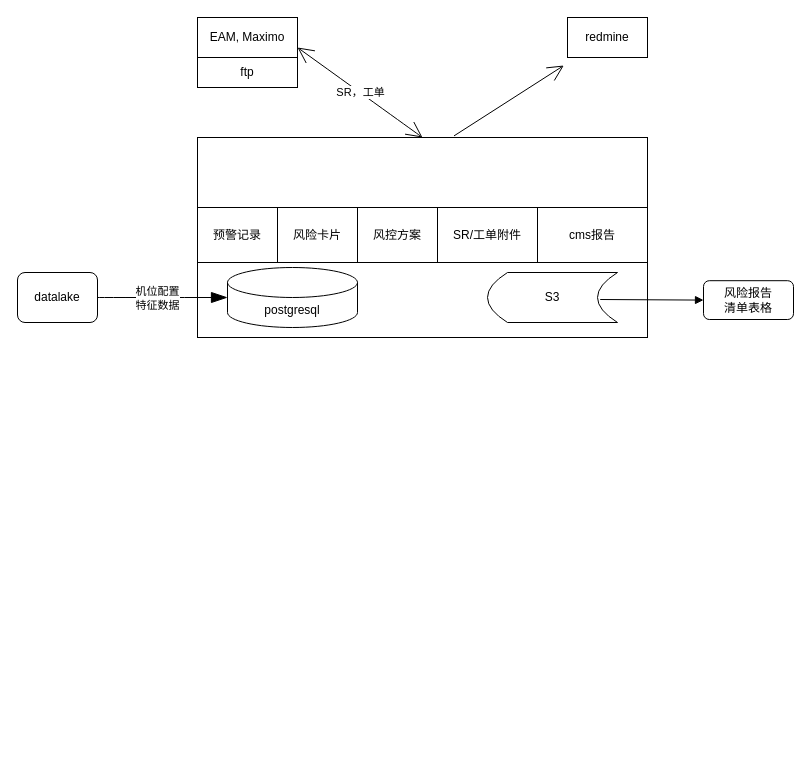
The draw.io diagram 云端透视.drawio in tonyleifang/tony, before the edit. Source tidied: cells renumbered, new cells numbered last; positions are measured from the earlier drawing's top-left corner, leaving out a move shared by most shapes. Both pictures are drawn from the tidied source at 100%, with x=0, y=0 at pixel (17, 17).
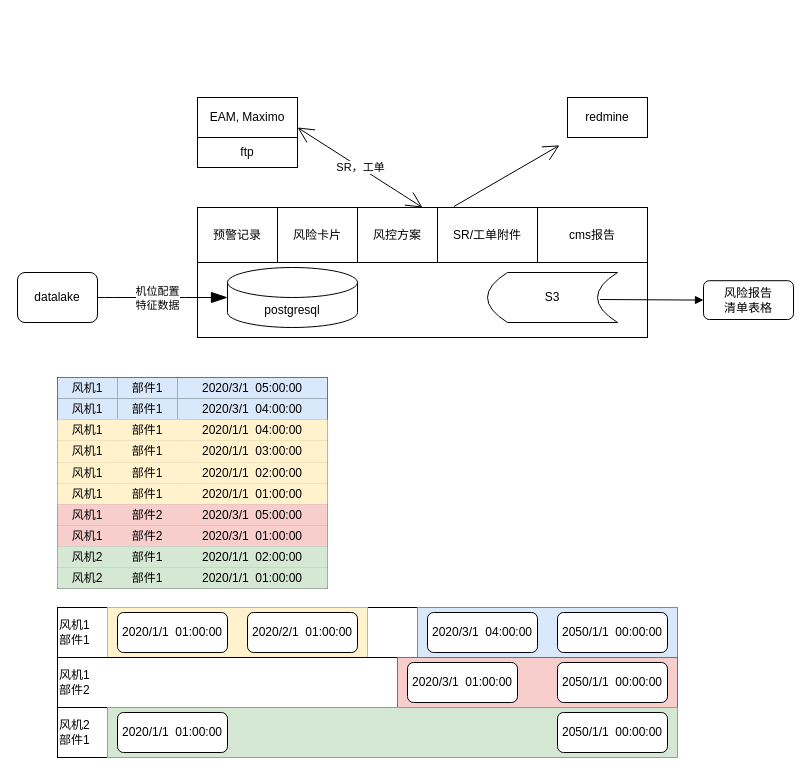
The same diagram, later.

Commit message:
更新云端透视.drawio

Change to the diagram source:
```diff
@@
     <mxCell id="4" value="EAM, Maximo" style="rounded=0;whiteSpace=wrap;html=1;hachureGap=4;glass=0;" parent="1" vertex="1">
-      <mxGeometry x="180" width="100" height="40" as="geometry" />
+      <mxGeometry x="180" y="80" width="100" height="40" as="geometry" />
     </mxCell>
     <mxCell id="5" style="rounded=0;whiteSpace=wrap;html=1;hachureGap=4;" parent="1" vertex="1">
-      <mxGeometry x="180" y="120" width="450" height="200" as="geometry" />
+      <mxGeometry x="180" y="190" width="450" height="130" as="geometry" />
     </mxCell>
@@
     <mxCell id="11" value="redmine" style="rounded=0;whiteSpace=wrap;html=1;hachureGap=4;" parent="1" vertex="1">
-      <mxGeometry x="550" width="80" height="40" as="geometry" />
+      <mxGeometry x="550" y="80" width="80" height="40" as="geometry" />
     </mxCell>
     <mxCell id="12" value="ftp" style="rounded=0;whiteSpace=wrap;html=1;hachureGap=4;" parent="1" vertex="1">
-      <mxGeometry x="180" y="40" width="100" height="30" as="geometry" />
+      <mxGeometry x="180" y="120" width="100" height="30" as="geometry" />
     </mxCell>
@@
+    <mxCell id="20" style="shape=table;startSize=0;childLayout=tableLayout;rounded=0;" parent="1" vertex="1">
+      <mxGeometry x="40" y="360" width="270" height="211" as="geometry" />
+    </mxCell>
+    <mxCell id="21" style="shape=partialRectangle;fillColor=none;top=0;left=0;bottom=0;right=0;rounded=0;" parent="20" vertex="1">
+      <mxGeometry width="270" height="21" as="geometry" />
+    </mxCell>
+    <mxCell id="22" value="&lt;span&gt;风机1&lt;/span&gt;" style="shape=partialRectangle;html=1;whiteSpace=wrap;overflow=hidden;fillColor=#dae8fc;top=0;left=0;bottom=0;right=0;rounded=0;strokeColor=#6c8ebf;" parent="21" vertex="1">
+      <mxGeometry width="60" height="21" as="geometry" />
+    </mxCell>
+    <mxCell id="23" value="&lt;span&gt;部件1&lt;/span&gt;" style="shape=partialRectangle;html=1;whiteSpace=wrap;overflow=hidden;fillColor=#dae8fc;top=0;left=0;bottom=0;right=0;rounded=0;strokeColor=#6c8ebf;" parent="21" vertex="1">
+      <mxGeometry x="60" width="60" height="21" as="geometry" />
+    </mxCell>
+    <mxCell id="24" value="&lt;span&gt;2020/3/1&amp;nbsp; 05:00:00&lt;/span&gt;" style="shape=partialRectangle;html=1;whiteSpace=wrap;overflow=hidden;fillColor=#dae8fc;top=0;left=0;bottom=0;right=0;rounded=0;strokeColor=#6c8ebf;" parent="21" vertex="1">
+      <mxGeometry x="120" width="150" height="21" as="geometry" />
+    </mxCell>
+    <mxCell id="25" style="shape=partialRectangle;fillColor=none;top=0;left=0;bottom=0;right=0;rounded=0;" parent="20" vertex="1">
+      <mxGeometry y="21" width="270" height="21" as="geometry" />
+    </mxCell>
+    <mxCell id="26" value="&lt;span&gt;风机1&lt;/span&gt;" style="shape=partialRectangle;html=1;whiteSpace=wrap;overflow=hidden;fillColor=#dae8fc;top=0;left=0;bottom=0;right=0;rounded=0;strokeColor=#6c8ebf;" parent="25" vertex="1">
+      <mxGeometry width="60" height="21" as="geometry" />
+    </mxCell>
+    <mxCell id="27" value="&lt;span&gt;部件1&lt;/span&gt;" style="shape=partialRectangle;html=1;whiteSpace=wrap;overflow=hidden;fillColor=#dae8fc;top=0;left=0;bottom=0;right=0;rounded=0;strokeColor=#6c8ebf;" parent="25" vertex="1">
+      <mxGeometry x="60" width="60" height="21" as="geometry" />
+    </mxCell>
+    <mxCell id="28" value="&lt;span&gt;2020/3/1&amp;nbsp; 04:00:00&lt;/span&gt;" style="shape=partialRectangle;html=1;whiteSpace=wrap;overflow=hidden;fillColor=#dae8fc;top=0;left=0;bottom=0;right=0;rounded=0;strokeColor=#6c8ebf;" parent="25" vertex="1">
+      <mxGeometry x="120" width="150" height="21" as="geometry" />
+    </mxCell>
+    <mxCell id="29" style="shape=partialRectangle;fillColor=#fff2cc;top=0;left=0;bottom=0;right=0;rounded=0;strokeColor=#d6b656;" parent="20" vertex="1">
+      <mxGeometry y="42" width="270" height="21" as="geometry" />
+    </mxCell>
+    <mxCell id="30" value="风机1" style="shape=partialRectangle;html=1;whiteSpace=wrap;overflow=hidden;fillColor=#fff2cc;top=0;left=0;bottom=0;right=0;rounded=0;strokeColor=#d6b656;" parent="29" vertex="1">
+      <mxGeometry width="60" height="21" as="geometry" />
+    </mxCell>
+    <mxCell id="31" value="部件1" style="shape=partialRectangle;html=1;whiteSpace=wrap;overflow=hidden;fillColor=#fff2cc;top=0;left=0;bottom=0;right=0;rounded=0;strokeColor=#d6b656;" parent="29" vertex="1">
+      <mxGeometry x="60" width="60" height="21" as="geometry" />
+    </mxCell>
+    <mxCell id="32" value="2020/1/1&amp;nbsp; 04:00:00" style="shape=partialRectangle;html=1;whiteSpace=wrap;overflow=hidden;fillColor=#fff2cc;top=0;left=0;bottom=0;right=0;rounded=0;strokeColor=#d6b656;" parent="29" vertex="1">
+      <mxGeometry x="120" width="150" height="21" as="geometry" />
+    </mxCell>
+    <mxCell id="33" style="shape=partialRectangle;fillColor=#fff2cc;top=0;left=0;bottom=0;right=0;rounded=0;strokeColor=#d6b656;" parent="20" vertex="1">
+      <mxGeometry y="63" width="270" height="22" as="geometry" />
+    </mxCell>
+    <mxCell id="34" value="风机1" style="shape=partialRectangle;html=1;whiteSpace=wrap;overflow=hidden;fillColor=#fff2cc;top=0;left=0;bottom=0;right=0;rounded=0;strokeColor=#d6b656;" parent="33" vertex="1">
+      <mxGeometry width="60" height="22" as="geometry" />
+    </mxCell>
+    <mxCell id="35" value="&lt;span&gt;部件1&lt;/span&gt;" style="shape=partialRectangle;html=1;whiteSpace=wrap;overflow=hidden;fillColor=#fff2cc;top=0;left=0;bottom=0;right=0;rounded=0;strokeColor=#d6b656;" parent="33" vertex="1">
+      <mxGeometry x="60" width="60" height="22" as="geometry" />
+    </mxCell>
+    <mxCell id="36" value="2020/1/1&amp;nbsp; 03:00:00" style="shape=partialRectangle;html=1;whiteSpace=wrap;overflow=hidden;fillColor=#fff2cc;top=0;left=0;bottom=0;right=0;rounded=0;strokeColor=#d6b656;" parent="33" vertex="1">
+      <mxGeometry x="120" width="150" height="22" as="geometry" />
+    </mxCell>
+    <mxCell id="37" style="shape=partialRectangle;fillColor=#fff2cc;top=0;left=0;bottom=0;right=0;rounded=0;strokeColor=#d6b656;" parent="20" vertex="1">
+      <mxGeometry y="85" width="270" height="21" as="geometry" />
+    </mxCell>
+    <mxCell id="38" value="风机1" style="shape=partialRectangle;html=1;whiteSpace=wrap;overflow=hidden;fillColor=#fff2cc;top=0;left=0;bottom=0;right=0;rounded=0;strokeColor=#d6b656;" parent="37" vertex="1">
+      <mxGeometry width="60" height="21" as="geometry" />
+    </mxCell>
+    <mxCell id="39" value="部件1" style="shape=partialRectangle;html=1;whiteSpace=wrap;overflow=hidden;fillColor=#fff2cc;top=0;left=0;bottom=0;right=0;rounded=0;strokeColor=#d6b656;" parent="37" vertex="1">
+      <mxGeometry x="60" width="60" height="21" as="geometry" />
+    </mxCell>
+    <mxCell id="40" value="2020/1/1&amp;nbsp; 02:00:00" style="shape=partialRectangle;html=1;whiteSpace=wrap;overflow=hidden;fillColor=#fff2cc;top=0;left=0;bottom=0;right=0;rounded=0;strokeColor=#d6b656;" parent="37" vertex="1">
+      <mxGeometry x="120" width="150" height="21" as="geometry" />
+    </mxCell>
+    <mxCell id="41" style="shape=partialRectangle;fillColor=#fff2cc;top=0;left=0;bottom=0;right=0;rounded=0;strokeColor=#d6b656;" parent="20" vertex="1">
+      <mxGeometry y="106" width="270" height="21" as="geometry" />
+    </mxCell>
+    <mxCell id="42" value="&lt;span&gt;风机1&lt;/span&gt;" style="shape=partialRectangle;html=1;whiteSpace=wrap;overflow=hidden;fillColor=#fff2cc;top=0;left=0;bottom=0;right=0;rounded=0;strokeColor=#d6b656;" parent="41" vertex="1">
+      <mxGeometry width="60" height="21" as="geometry" />
+    </mxCell>
+    <mxCell id="43" value="&lt;span&gt;部件1&lt;/span&gt;" style="shape=partialRectangle;html=1;whiteSpace=wrap;overflow=hidden;fillColor=#fff2cc;top=0;left=0;bottom=0;right=0;rounded=0;strokeColor=#d6b656;" parent="41" vertex="1">
+      <mxGeometry x="60" width="60" height="21" as="geometry" />
+    </mxCell>
+    <mxCell id="44" value="2020/1/1&amp;nbsp; 01:00:00" style="shape=partialRectangle;html=1;whiteSpace=wrap;overflow=hidden;fillColor=#fff2cc;top=0;left=0;bottom=0;right=0;rounded=0;strokeColor=#d6b656;" parent="41" vertex="1">
+      <mxGeometry x="120" width="150" height="21" as="geometry" />
+    </mxCell>
+    <mxCell id="45" style="shape=partialRectangle;fillColor=#f8cecc;top=0;left=0;bottom=0;right=0;rounded=0;strokeColor=#b85450;" parent="20" vertex="1">
+      <mxGeometry y="127" width="270" height="21" as="geometry" />
+    </mxCell>
+    <mxCell id="46" value="&lt;span&gt;风机1&lt;/span&gt;" style="shape=partialRectangle;html=1;whiteSpace=wrap;overflow=hidden;fillColor=#f8cecc;top=0;left=0;bottom=0;right=0;rounded=0;strokeColor=#b85450;" parent="45" vertex="1">
+      <mxGeometry width="60" height="21" as="geometry" />
+    </mxCell>
+    <mxCell id="47" value="&lt;span&gt;部件2&lt;/span&gt;" style="shape=partialRectangle;html=1;whiteSpace=wrap;overflow=hidden;fillColor=#f8cecc;top=0;left=0;bottom=0;right=0;rounded=0;strokeColor=#b85450;" parent="45" vertex="1">
+      <mxGeometry x="60" width="60" height="21" as="geometry" />
+    </mxCell>
+    <mxCell id="48" value="&lt;span&gt;2020/3/1&amp;nbsp; 05:00:00&lt;/span&gt;" style="shape=partialRectangle;html=1;whiteSpace=wrap;overflow=hidden;fillColor=#f8cecc;top=0;left=0;bottom=0;right=0;rounded=0;strokeColor=#b85450;" parent="45" vertex="1">
+      <mxGeometry x="120" width="150" height="21" as="geometry" />
+    </mxCell>
+    <mxCell id="49" style="shape=partialRectangle;fillColor=#f8cecc;top=0;left=0;bottom=0;right=0;rounded=0;strokeColor=#b85450;" parent="20" vertex="1">
+      <mxGeometry y="148" width="270" height="21" as="geometry" />
+    </mxCell>
+    <mxCell id="50" value="&lt;span&gt;风机1&lt;/span&gt;" style="shape=partialRectangle;html=1;whiteSpace=wrap;overflow=hidden;fillColor=#f8cecc;top=0;left=0;bottom=0;right=0;rounded=0;strokeColor=#b85450;" parent="49" vertex="1">
+      <mxGeometry width="60" height="21" as="geometry" />
+    </mxCell>
+    <mxCell id="51" value="&lt;span&gt;部件2&lt;/span&gt;" style="shape=partialRectangle;html=1;whiteSpace=wrap;overflow=hidden;fillColor=#f8cecc;top=0;left=0;bottom=0;right=0;rounded=0;strokeColor=#b85450;" parent="49" vertex="1">
+      <mxGeometry x="60" width="60" height="21" as="geometry" />
+    </mxCell>
+    <mxCell id="52" value="&lt;span&gt;2020/3/1&amp;nbsp; 01:00:00&lt;/span&gt;" style="shape=partialRectangle;html=1;whiteSpace=wrap;overflow=hidden;fillColor=#f8cecc;top=0;left=0;bottom=0;right=0;rounded=0;strokeColor=#b85450;" parent="49" vertex="1">
+      <mxGeometry x="120" width="150" height="21" as="geometry" />
+    </mxCell>
+    <mxCell id="53" style="shape=partialRectangle;fillColor=#d5e8d4;top=0;left=0;bottom=0;right=0;rounded=0;strokeColor=#82b366;" parent="20" vertex="1">
+      <mxGeometry y="169" width="270" height="21" as="geometry" />
+    </mxCell>
+    <mxCell id="54" value="&lt;span&gt;风机2&lt;/span&gt;" style="shape=partialRectangle;html=1;whiteSpace=wrap;overflow=hidden;fillColor=#d5e8d4;top=0;left=0;bottom=0;right=0;rounded=0;strokeColor=#82b366;" parent="53" vertex="1">
+      <mxGeometry width="60" height="21" as="geometry" />
+    </mxCell>
+    <mxCell id="55" value="&lt;span&gt;部件1&lt;/span&gt;" style="shape=partialRectangle;html=1;whiteSpace=wrap;overflow=hidden;fillColor=#d5e8d4;top=0;left=0;bottom=0;right=0;rounded=0;strokeColor=#82b366;" parent="53" vertex="1">
+      <mxGeometry x="60" width="60" height="21" as="geometry" />
+    </mxCell>
+    <mxCell id="56" value="&lt;span&gt;2020/1/1&amp;nbsp; 02:00:00&lt;/span&gt;" style="shape=partialRectangle;html=1;whiteSpace=wrap;overflow=hidden;fillColor=#d5e8d4;top=0;left=0;bottom=0;right=0;rounded=0;strokeColor=#82b366;" parent="53" vertex="1">
+      <mxGeometry x="120" width="150" height="21" as="geometry" />
+    </mxCell>
+    <mxCell id="57" style="shape=partialRectangle;fillColor=#d5e8d4;top=0;left=0;bottom=0;right=0;rounded=0;strokeColor=#82b366;" parent="20" vertex="1">
+      <mxGeometry y="190" width="270" height="21" as="geometry" />
+    </mxCell>
+    <mxCell id="58" value="&lt;span&gt;风机2&lt;/span&gt;" style="shape=partialRectangle;html=1;whiteSpace=wrap;overflow=hidden;fillColor=#d5e8d4;top=0;left=0;bottom=0;right=0;rounded=0;strokeColor=#82b366;" parent="57" vertex="1">
+      <mxGeometry width="60" height="21" as="geometry" />
+    </mxCell>
+    <mxCell id="59" value="&lt;span&gt;部件1&lt;/span&gt;" style="shape=partialRectangle;html=1;whiteSpace=wrap;overflow=hidden;fillColor=#d5e8d4;top=0;left=0;bottom=0;right=0;rounded=0;strokeColor=#82b366;" parent="57" vertex="1">
+      <mxGeometry x="60" width="60" height="21" as="geometry" />
+    </mxCell>
+    <mxCell id="60" value="&lt;span&gt;2020/1/1&amp;nbsp; 01:00:00&lt;/span&gt;" style="shape=partialRectangle;html=1;whiteSpace=wrap;overflow=hidden;fillColor=#d5e8d4;top=0;left=0;bottom=0;right=0;rounded=0;strokeColor=#82b366;" parent="57" vertex="1">
+      <mxGeometry x="120" width="150" height="21" as="geometry" />
+    </mxCell>
+    <mxCell id="61" value="风机1&lt;br&gt;部件1" style="rounded=0;whiteSpace=wrap;html=1;align=left;" parent="1" vertex="1">
+      <mxGeometry x="40" y="590" width="620" height="50" as="geometry" />
+    </mxCell>
+    <mxCell id="62" style="rounded=0;whiteSpace=wrap;html=1;fillColor=#fff2cc;strokeColor=#d6b656;" parent="1" vertex="1">
+      <mxGeometry x="90" y="590" width="260" height="50" as="geometry" />
+    </mxCell>
+    <mxCell id="63" value="&lt;span&gt;2020/1/1&amp;nbsp; 01:00:00&lt;/span&gt;" style="rounded=1;whiteSpace=wrap;html=1;" parent="1" vertex="1">
+      <mxGeometry x="100" y="595" width="110" height="40" as="geometry" />
+    </mxCell>
+    <mxCell id="64" value="&lt;span&gt;2020/2/1&amp;nbsp; 01:00:00&lt;/span&gt;" style="rounded=1;whiteSpace=wrap;html=1;" parent="1" vertex="1">
+      <mxGeometry x="230" y="595" width="110" height="40" as="geometry" />
+    </mxCell>
+    <mxCell id="65" style="rounded=0;whiteSpace=wrap;html=1;fillColor=#dae8fc;strokeColor=#6c8ebf;" parent="1" vertex="1">
+      <mxGeometry x="400" y="590" width="260" height="50" as="geometry" />
+    </mxCell>
+    <mxCell id="66" value="&lt;span&gt;2020/3/1&amp;nbsp; 04:00:00&lt;/span&gt;" style="rounded=1;whiteSpace=wrap;html=1;" parent="1" vertex="1">
+      <mxGeometry x="410" y="595" width="110" height="40" as="geometry" />
+    </mxCell>
+    <mxCell id="67" value="&lt;span&gt;2050/1/1&amp;nbsp; 00:00:00&lt;/span&gt;" style="rounded=1;whiteSpace=wrap;html=1;" parent="1" vertex="1">
+      <mxGeometry x="540" y="595" width="110" height="40" as="geometry" />
+    </mxCell>
+    <mxCell id="68" value="风机1&lt;br&gt;部件2" style="rounded=0;whiteSpace=wrap;html=1;align=left;" parent="1" vertex="1">
+      <mxGeometry x="40" y="640" width="620" height="50" as="geometry" />
+    </mxCell>
+    <mxCell id="69" style="rounded=0;whiteSpace=wrap;html=1;fillColor=#f8cecc;strokeColor=#b85450;" parent="1" vertex="1">
+      <mxGeometry x="380" y="640" width="280" height="50" as="geometry" />
+    </mxCell>
+    <mxCell id="70" value="&lt;span&gt;2020/3/1&amp;nbsp; 01:00:00&lt;/span&gt;" style="rounded=1;whiteSpace=wrap;html=1;" parent="1" vertex="1">
+      <mxGeometry x="390" y="645" width="110" height="40" as="geometry" />
+    </mxCell>
+    <mxCell id="71" value="&lt;span&gt;2050/1/1&amp;nbsp; 00:00:00&lt;/span&gt;" style="rounded=1;whiteSpace=wrap;html=1;" parent="1" vertex="1">
+      <mxGeometry x="540" y="645" width="110" height="40" as="geometry" />
+    </mxCell>
+    <mxCell id="72" value="风机2&lt;br&gt;部件1" style="rounded=0;whiteSpace=wrap;html=1;align=left;" parent="1" vertex="1">
+      <mxGeometry x="40" y="690" width="620" height="50" as="geometry" />
+    </mxCell>
+    <mxCell id="73" style="rounded=0;whiteSpace=wrap;html=1;fillColor=#d5e8d4;strokeColor=#82b366;" parent="1" vertex="1">
+      <mxGeometry x="90" y="690" width="570" height="50" as="geometry" />
+    </mxCell>
+    <mxCell id="74" value="&lt;span&gt;2020/1/1&amp;nbsp; 01:00:00&lt;/span&gt;" style="rounded=1;whiteSpace=wrap;html=1;" parent="1" vertex="1">
+      <mxGeometry x="100" y="695" width="110" height="40" as="geometry" />
+    </mxCell>
+    <mxCell id="75" value="2050/1/1&amp;nbsp; 00:00:00" style="rounded=1;whiteSpace=wrap;html=1;" parent="1" vertex="1">
+      <mxGeometry x="540" y="695" width="110" height="40" as="geometry" />
+    </mxCell>
```
